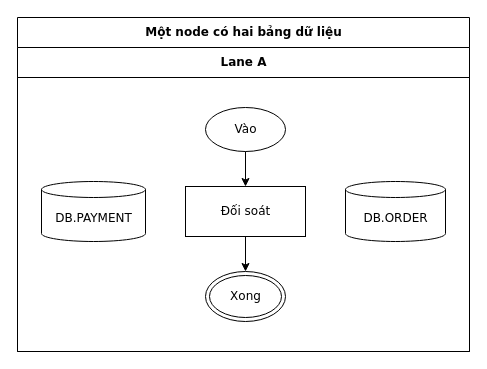
Earlier version of the draw.io diagram conformance/golden/optimize/cases-14-attach-two-db.drawio (luytbq/flowcast). Source tidied: cells renumbered, new cells numbered last; positions are measured from the earlier drawing's top-left corner, leaving out a move shared by most shapes. Both pictures are drawn from the tidied source at 100%, with x=0, y=0 at pixel (17, 17).
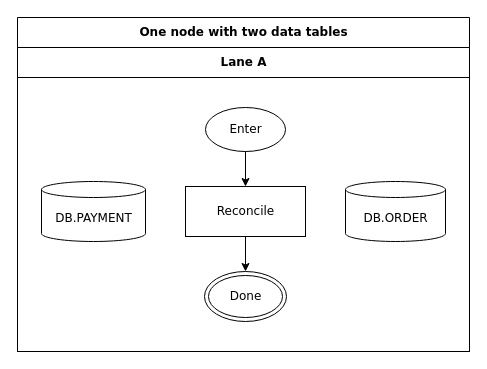
The same page after the edit.

What changed in the source:
```diff
@@
 <mxGraphModel>
   <root>
     <mxCell id="0" />
     <mxCell id="1" parent="0" />
-    <mxCell id="2" value="Một node có hai bảng dữ liệu" style="swimlane;html=1;startSize=30;fontStyle=1;fontFamily=Verdana;fontSize=12;flowtable=1;" parent="1" vertex="1">
+    <mxCell id="2" value="One node with two data tables" style="swimlane;html=1;startSize=30;fontStyle=1;fontFamily=Verdana;fontSize=12;flowtable=1;" parent="1" vertex="1">
       <mxGeometry width="452" height="334" as="geometry" />
     </mxCell>
     <mxCell id="3" value="Lane A" style="swimlane;html=1;startSize=30;fontFamily=Verdana;fontSize=12;flowtable=1;" parent="2" vertex="1">
       <mxGeometry y="30" width="452" height="304" as="geometry" />
     </mxCell>
-    <mxCell id="4" value="Vào" style="ellipse;html=1;fontFamily=Verdana;fontSize=12;flowtable=1;" parent="3" vertex="1">
+    <mxCell id="4" value="Enter" style="ellipse;html=1;fontFamily=Verdana;fontSize=12;flowtable=1;" parent="3" vertex="1">
       <mxGeometry x="188" y="60" width="80" height="44" as="geometry" />
     </mxCell>
-    <mxCell id="5" value="Đối soát" style="rounded=0;html=1;fontFamily=Verdana;fontSize=12;flowtable=1;" parent="3" vertex="1">
+    <mxCell id="5" value="Reconcile" style="rounded=0;html=1;fontFamily=Verdana;fontSize=12;flowtable=1;" parent="3" vertex="1">
       <mxGeometry x="168" y="139" width="120" height="50" as="geometry" />
     </mxCell>
     <mxCell id="6" value="DB.ORDER" style="shape=cylinder3;html=1;boundedLbl=1;backgroundOutline=1;size=8;fontFamily=Verdana;fontSize=12;flowtable=1;" parent="3" vertex="1">
       <mxGeometry x="328" y="134" width="100" height="60" as="geometry" />
     </mxCell>
     <mxCell id="7" value="DB.PAYMENT" style="shape=cylinder3;html=1;boundedLbl=1;backgroundOutline=1;size=8;fontFamily=Verdana;fontSize=12;flowtable=1;" parent="3" vertex="1">
       <mxGeometry x="24" y="134" width="104" height="60" as="geometry" />
     </mxCell>
-    <mxCell id="8" value="Xong" style="shape=doubleEllipse;html=1;fontFamily=Verdana;fontSize=12;flowtable=1;" parent="3" vertex="1">
-      <mxGeometry x="188" y="224" width="80" height="50" as="geometry" />
+    <mxCell id="8" value="Done" style="shape=doubleEllipse;html=1;fontFamily=Verdana;fontSize=12;flowtable=1;" parent="3" vertex="1">
+      <mxGeometry x="187" y="224" width="82" height="50" as="geometry" />
     </mxCell>
     <mxCell id="9" style="edgeStyle=orthogonalEdgeStyle;rounded=0;jettySize=auto;html=1;labelBackgroundColor=default;exitX=0.5;exitY=1;exitDx=0;exitDy=0;entryX=0.5;entryY=0;entryDx=0;entryDy=0;fontFamily=Verdana;fontSize=12;flowtable=1;" parent="2" edge="1" source="4" target="5">
       <mxGeometry relative="1" as="geometry" />
     </mxCell>
     <mxCell id="10" style="edgeStyle=orthogonalEdgeStyle;rounded=0;jettySize=auto;html=1;labelBackgroundColor=default;exitX=0.5;exitY=1;exitDx=0;exitDy=0;entryX=0.5;entryY=0;entryDx=0;entryDy=0;fontFamily=Verdana;fontSize=12;flowtable=1;" parent="2" edge="1" source="5" target="8">
       <mxGeometry relative="1" as="geometry" />
     </mxCell>
   </root>
 </mxGraphModel>
```
